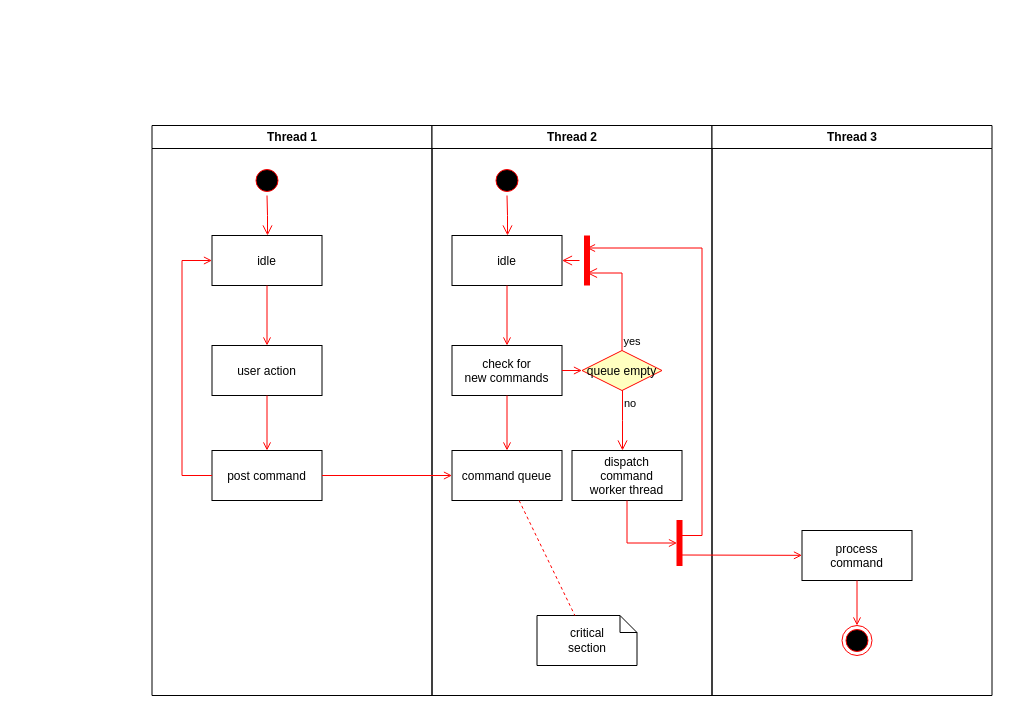
Earlier version of the draw.io diagram page "Page-1" (1 of 2) of medical quality control/UMLdemo.drawio (weihuohuayi/draw.io). Source tidied: cells renumbered, new cells numbered last; positions are measured from the earlier drawing's top-left corner, leaving out a move shared by most shapes. Both pictures are drawn from the tidied source at 100%, with x=0, y=0 at pixel (151, 125).
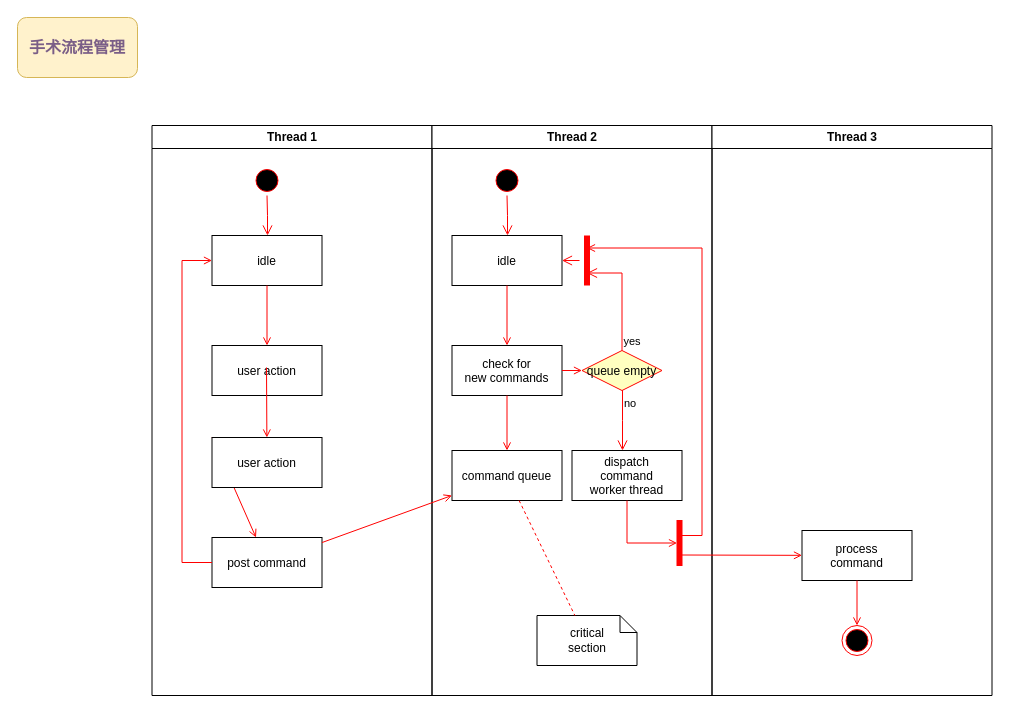
Above is the later version.

Unchanged cells that the change refers to:
```xml
<mxCell id="2" value="Thread 1" style="swimlane;whiteSpace=wrap;" parent="1" vertex="1">
  <mxGeometry x="0.5" width="280" height="570" as="geometry" />
</mxCell>
<mxCell id="6" value="user action" parent="2" vertex="1">
  <mxGeometry x="60" y="220" width="110" height="50" as="geometry" />
</mxCell>
```

Diff of the diagram source:
```diff
@@
     <mxCell id="8" value="post command" parent="2" vertex="1">
-      <mxGeometry x="60" y="325" width="110" height="50" as="geometry" />
+      <mxGeometry x="60" y="412" width="110" height="50" as="geometry" />
     </mxCell>
-    <mxCell id="9" style="endArrow=open;strokeColor=#FF0000;endFill=1;rounded=0;" parent="2" edge="1" source="6" target="8">
+    <mxCell id="9" style="endArrow=open;strokeColor=#FF0000;endFill=1;rounded=0;exitX=0;exitY=0;exitDx=0;exitDy=0;" parent="2" edge="1" source="37" target="8">
       <mxGeometry relative="1" as="geometry" />
     </mxCell>
@@
+    <mxCell id="37" value="user action" parent="2" vertex="1">
+      <mxGeometry x="60" y="312" width="110" height="50" as="geometry" />
+    </mxCell>
+    <mxCell id="38" style="endArrow=open;strokeColor=#FF0000;endFill=1;rounded=0;" parent="2" edge="1" target="37">
+      <mxGeometry relative="1" as="geometry">
+        <mxPoint x="114.5" y="242" as="sourcePoint" />
+      </mxGeometry>
+    </mxCell>
@@
+    <mxCell id="39" value="手术流程管理" style="rounded=1;whiteSpace=wrap;html=1;fillColor=#fff2cc;strokeColor=#d6b656;fontColor=#7A5E87;fontStyle=1;fontSize=16;" parent="1" vertex="1">
+      <mxGeometry x="-134" y="-108" width="120" height="60" as="geometry" />
+    </mxCell>
```
